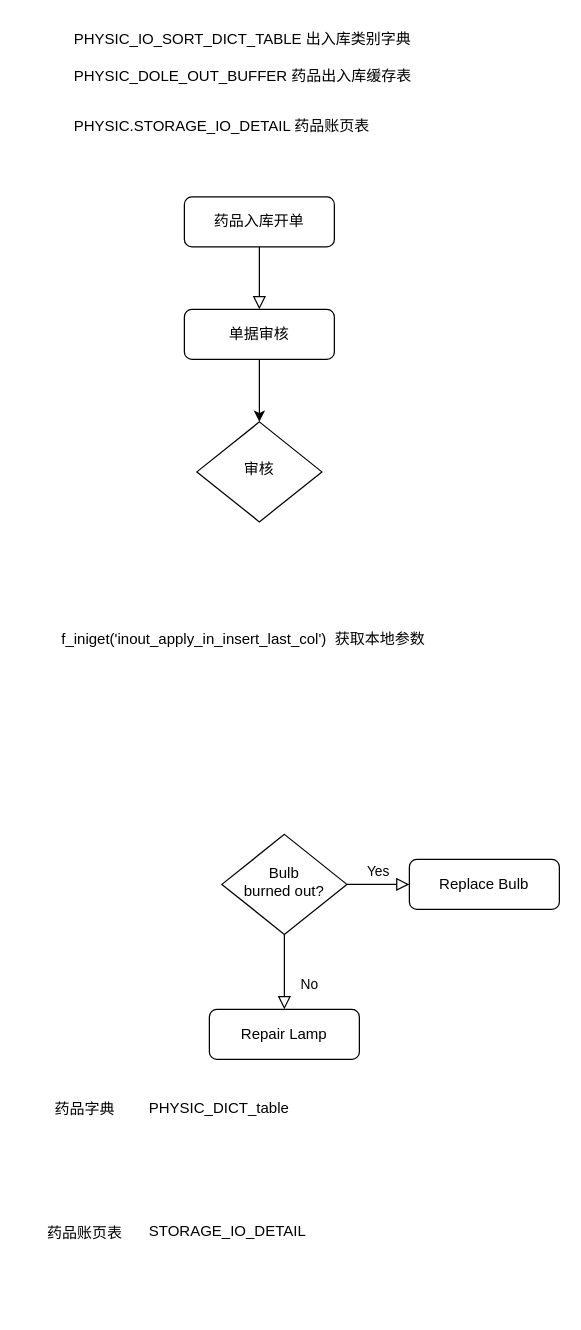
Before: Untitled Diagram.drawio in hooo/test, a draw.io diagram. Source tidied: cells renumbered, new cells numbered last; positions are measured from the earlier drawing's top-left corner, leaving out a move shared by most shapes. Both pictures are drawn from the tidied source at 125%, with x=0, y=0 at pixel (21, 21).
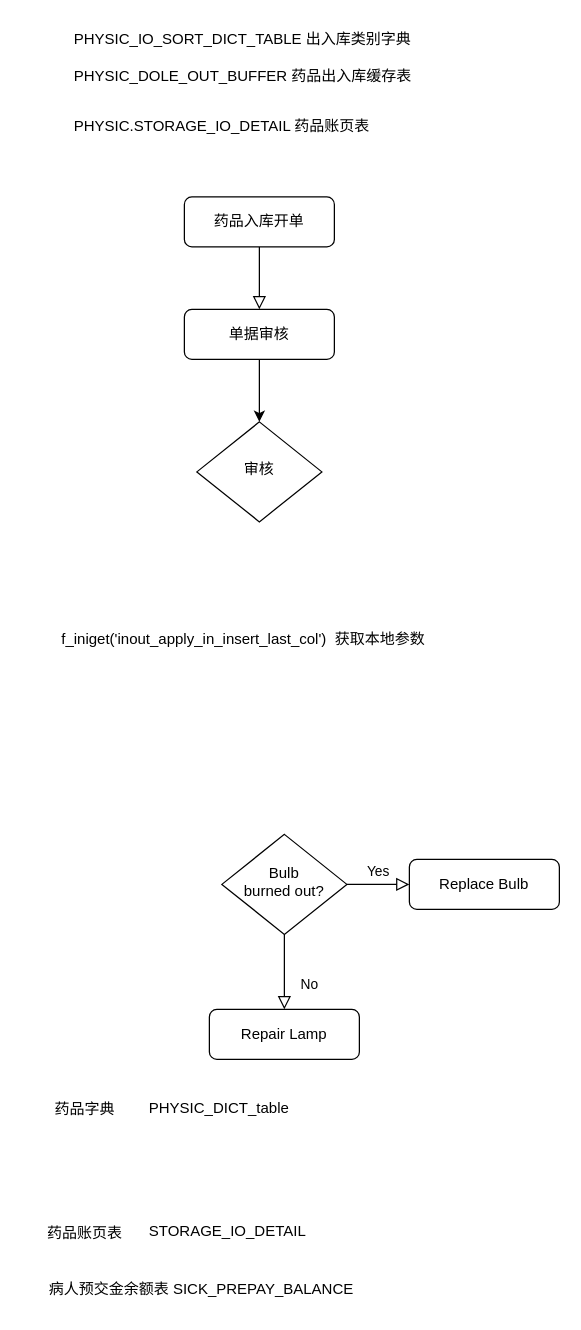
Above is the later version.

Diff of the diagram source:
```diff
@@
+    <mxCell id="20" value="病人预交金余额表&amp;nbsp;SICK_PREPAY_BALANCE" style="text;whiteSpace=wrap;html=1;" parent="1" vertex="1">
+      <mxGeometry x="20" y="1000" width="330" height="30" as="geometry" />
+    </mxCell>
```
